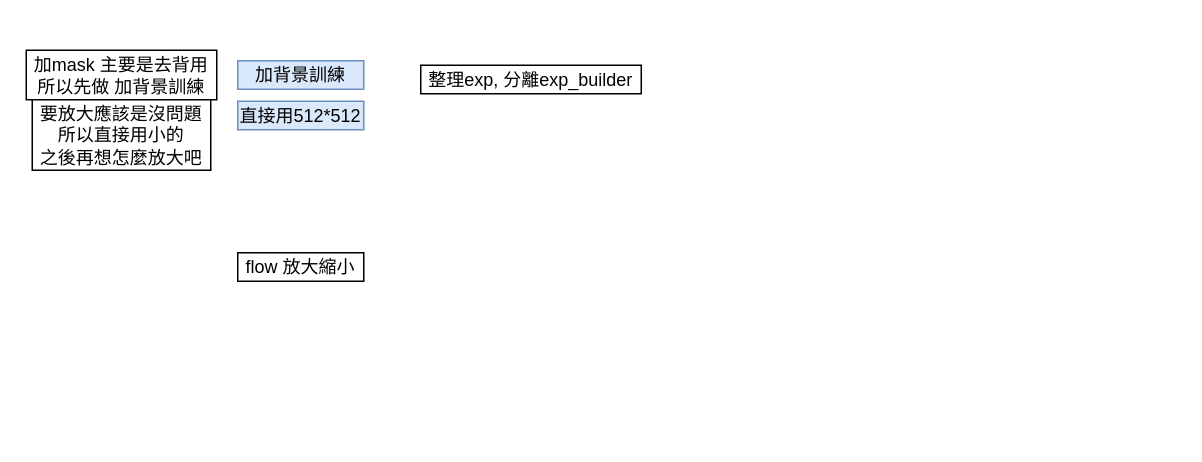
This is 要做的事情.drawio from KongBOy/kong_model2, a draw.io file, before an edit. Source tidied: cells renumbered, new cells numbered last; positions are measured from the earlier drawing's top-left corner, leaving out a move shared by most shapes. Both pictures are drawn from the tidied source at 150%, with x=0, y=0 at pixel (26, 50).
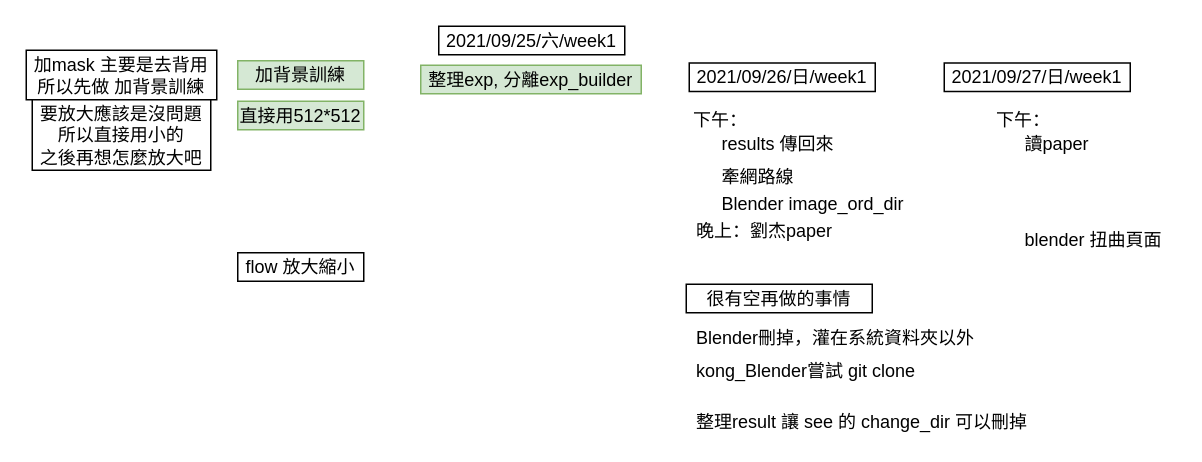
The same diagram, later.

Change to the diagram source:
```diff
@@
-    <mxCell id="3" value="加背景訓練" style="rounded=0;whiteSpace=wrap;html=1;fillColor=#dae8fc;strokeColor=#6c8ebf;" parent="1" vertex="1">
+    <mxCell id="3" value="加背景訓練" style="rounded=0;whiteSpace=wrap;html=1;fillColor=#d5e8d4;strokeColor=#82b366;" parent="1" vertex="1">
       <mxGeometry x="141" y="7" width="84" height="19" as="geometry" />
     </mxCell>
-    <mxCell id="4" value="直接用512*512" style="rounded=0;whiteSpace=wrap;html=1;fillColor=#dae8fc;strokeColor=#6c8ebf;" parent="1" vertex="1">
+    <mxCell id="4" value="直接用512*512" style="rounded=0;whiteSpace=wrap;html=1;fillColor=#d5e8d4;strokeColor=#82b366;" parent="1" vertex="1">
       <mxGeometry x="141" y="34" width="84" height="19" as="geometry" />
     </mxCell>
@@
-    <mxCell id="7" value="整理exp, 分離exp_builder" style="rounded=0;whiteSpace=wrap;html=1;" parent="1" vertex="1">
+    <mxCell id="7" value="整理exp, 分離exp_builder" style="rounded=0;whiteSpace=wrap;html=1;fillColor=#d5e8d4;strokeColor=#82b366;" parent="1" vertex="1">
       <mxGeometry x="263" y="10" width="147" height="19" as="geometry" />
     </mxCell>
+    <mxCell id="8" value="下午：" style="rounded=0;whiteSpace=wrap;html=1;align=left;strokeColor=none;fillColor=none;" parent="1" vertex="1">
+      <mxGeometry x="443" y="37.5" width="47" height="19" as="geometry" />
+    </mxCell>
+    <mxCell id="9" value="晚上：劉杰paper" style="rounded=0;whiteSpace=wrap;html=1;align=left;strokeColor=none;fillColor=none;" parent="1" vertex="1">
+      <mxGeometry x="445" y="111" width="102" height="19" as="geometry" />
+    </mxCell>
+    <mxCell id="10" value="2021/09/26/日/week1" style="rounded=0;whiteSpace=wrap;html=1;" parent="1" vertex="1">
+      <mxGeometry x="442" y="8.5" width="124" height="19" as="geometry" />
+    </mxCell>
+    <mxCell id="11" value="2021/09/25/六/week1" style="rounded=0;whiteSpace=wrap;html=1;" parent="1" vertex="1">
+      <mxGeometry x="275" y="-16" width="124" height="19" as="geometry" />
+    </mxCell>
+    <mxCell id="12" value="results 傳回來" style="rounded=0;whiteSpace=wrap;html=1;align=left;strokeColor=none;fillColor=none;" parent="1" vertex="1">
+      <mxGeometry x="462" y="53" width="86" height="19" as="geometry" />
+    </mxCell>
+    <mxCell id="13" value="牽網路線" style="rounded=0;whiteSpace=wrap;html=1;align=left;strokeColor=none;fillColor=none;" parent="1" vertex="1">
+      <mxGeometry x="462" y="75" width="59" height="19" as="geometry" />
+    </mxCell>
+    <mxCell id="14" value="Blender image_ord_dir&lt;br&gt;" style="rounded=0;whiteSpace=wrap;html=1;align=left;strokeColor=none;fillColor=none;" parent="1" vertex="1">
+      <mxGeometry x="462" y="93" width="132" height="19" as="geometry" />
+    </mxCell>
+    <mxCell id="15" value="很有空再做的事情" style="rounded=0;whiteSpace=wrap;html=1;" parent="1" vertex="1">
+      <mxGeometry x="440" y="156" width="124" height="19" as="geometry" />
+    </mxCell>
+    <mxCell id="16" value="Blender刪掉，灌在系統資料夾以外" style="rounded=0;whiteSpace=wrap;html=1;align=left;strokeColor=none;fillColor=none;" parent="1" vertex="1">
+      <mxGeometry x="445" y="182" width="196" height="19" as="geometry" />
+    </mxCell>
+    <mxCell id="17" value="kong_Blender嘗試 git clone" style="rounded=0;whiteSpace=wrap;html=1;align=left;strokeColor=none;fillColor=none;" parent="1" vertex="1">
+      <mxGeometry x="445" y="204" width="196" height="19" as="geometry" />
+    </mxCell>
+    <mxCell id="18" value="下午：" style="rounded=0;whiteSpace=wrap;html=1;align=left;strokeColor=none;fillColor=none;" parent="1" vertex="1">
+      <mxGeometry x="645" y="37.5" width="47" height="19" as="geometry" />
+    </mxCell>
+    <mxCell id="19" value="2021/09/27/日/week1" style="rounded=0;whiteSpace=wrap;html=1;" parent="1" vertex="1">
+      <mxGeometry x="612" y="8.5" width="124" height="19" as="geometry" />
+    </mxCell>
+    <mxCell id="20" value="讀paper" style="rounded=0;whiteSpace=wrap;html=1;align=left;strokeColor=none;fillColor=none;" parent="1" vertex="1">
+      <mxGeometry x="664" y="53" width="54" height="19" as="geometry" />
+    </mxCell>
+    <mxCell id="21" value="整理result 讓 see 的 change_dir 可以刪掉" style="rounded=0;whiteSpace=wrap;html=1;align=left;strokeColor=none;fillColor=none;" parent="1" vertex="1">
+      <mxGeometry x="445" y="238" width="232" height="19" as="geometry" />
+    </mxCell>
+    <mxCell id="22" value="blender 扭曲頁面" style="rounded=0;whiteSpace=wrap;html=1;align=left;strokeColor=none;fillColor=none;" parent="1" vertex="1">
+      <mxGeometry x="664" y="117" width="102" height="19" as="geometry" />
+    </mxCell>
```
